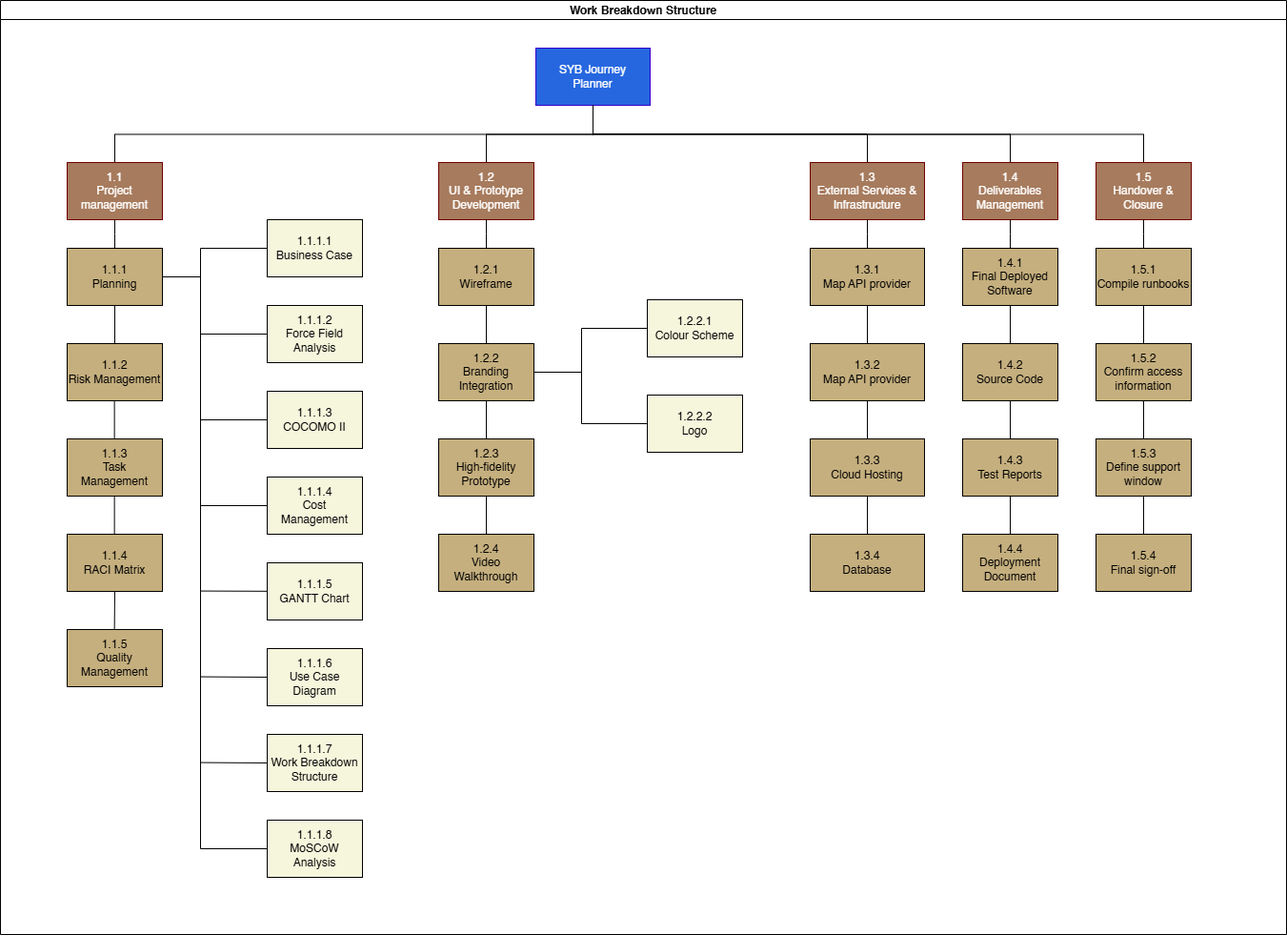
c3026923/south-yorkshire-bus-journey-planner keeps this draw.io diagram as Estimation/WBS-updated.drawio.png. Above is the earlier version. Source tidied: cells renumbered, new cells last; positions are measured from the earlier drawing's top-left corner, leaving out a move shared by most shapes.
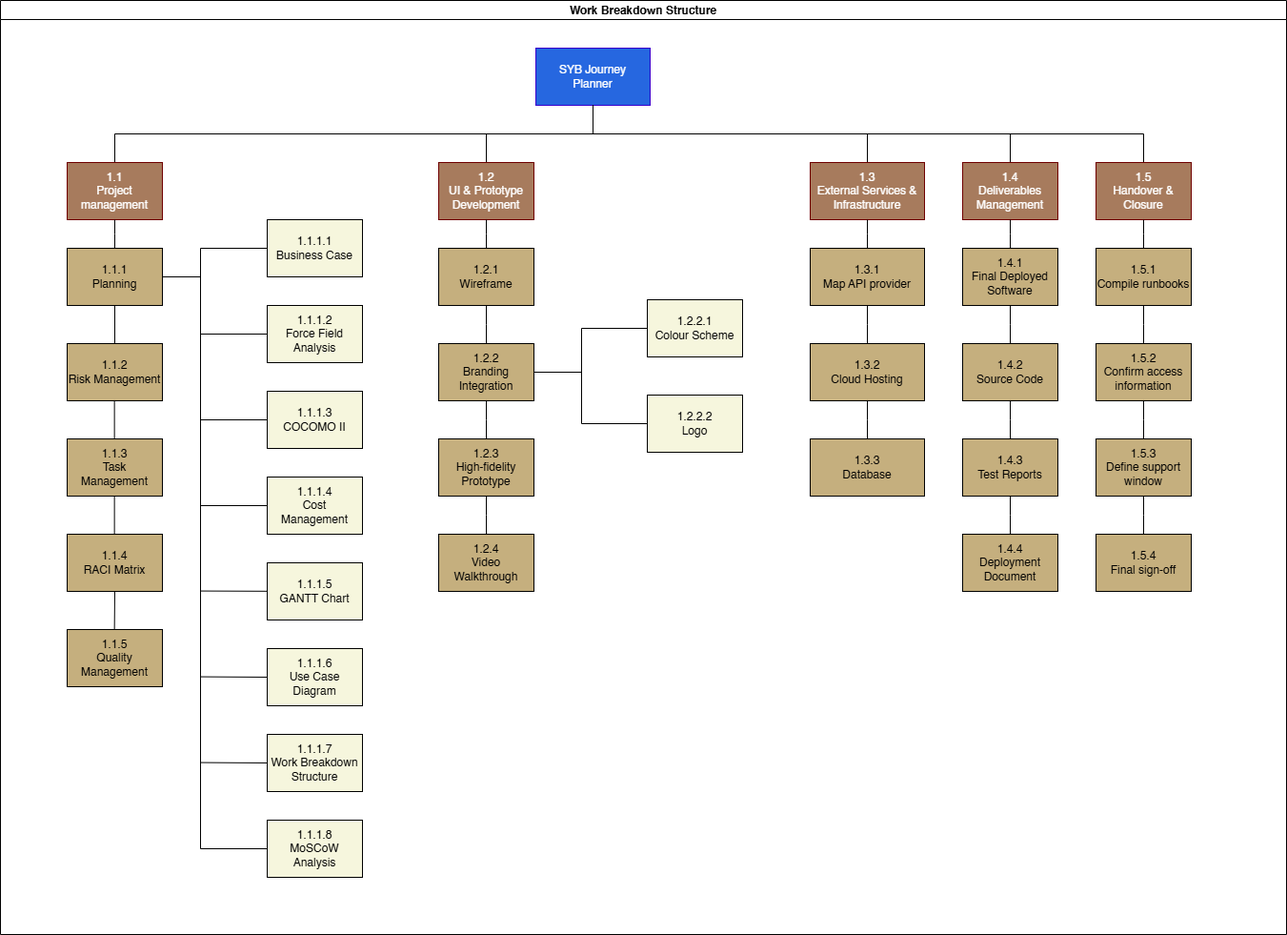
The same diagram one commit later.

What changed in the source:
```diff
@@ -63,21 +63,15 @@
     <mxCell id="20" style="edgeStyle=elbowEdgeStyle;rounded=0;jettySize=auto;html=1;elbow=vertical;startArrow=none;endArrow=none;" parent="2" edge="1" source="19" target="59">
       <mxGeometry relative="1" as="geometry" />
     </mxCell>
-    <mxCell id="21" value="1.3.2&lt;div&gt;Map API provider&lt;/div&gt;" style="whiteSpace=wrap;html=1;align=center;newEdgeStyle={&quot;edgeStyle&quot;:&quot;elbowEdgeStyle&quot;,&quot;startArrow&quot;:&quot;none&quot;,&quot;endArrow&quot;:&quot;none&quot;};fillColor=#C5AF7E;" parent="2" vertex="1">
+    <mxCell id="21" value="1.3.2&lt;div&gt;Cloud Hosting&lt;/div&gt;" style="whiteSpace=wrap;html=1;align=center;newEdgeStyle={&quot;edgeStyle&quot;:&quot;elbowEdgeStyle&quot;,&quot;startArrow&quot;:&quot;none&quot;,&quot;endArrow&quot;:&quot;none&quot;};fillColor=#C5AF7E;" parent="2" vertex="1">
       <mxGeometry x="850" y="360" width="120" height="60" as="geometry" />
     </mxCell>
     <mxCell id="22" style="edgeStyle=elbowEdgeStyle;rounded=0;jettySize=auto;html=1;elbow=vertical;startArrow=none;endArrow=none;" parent="2" edge="1" source="21" target="23">
       <mxGeometry relative="1" as="geometry" />
     </mxCell>
-    <mxCell id="23" value="1.3.3&lt;div&gt;Cloud Hosting&lt;/div&gt;" style="whiteSpace=wrap;html=1;align=center;newEdgeStyle={&quot;edgeStyle&quot;:&quot;elbowEdgeStyle&quot;,&quot;startArrow&quot;:&quot;none&quot;,&quot;endArrow&quot;:&quot;none&quot;};fillColor=#C5AF7E;" parent="2" vertex="1">
+    <mxCell id="23" value="1.3.3&lt;div&gt;Database&lt;/div&gt;" style="whiteSpace=wrap;html=1;align=center;newEdgeStyle={&quot;edgeStyle&quot;:&quot;elbowEdgeStyle&quot;,&quot;startArrow&quot;:&quot;none&quot;,&quot;endArrow&quot;:&quot;none&quot;};fillColor=#C5AF7E;" parent="2" vertex="1">
       <mxGeometry x="850" y="460" width="120" height="60" as="geometry" />
     </mxCell>
-    <mxCell id="24" style="edgeStyle=elbowEdgeStyle;rounded=0;jettySize=auto;html=1;elbow=vertical;startArrow=none;endArrow=none;" parent="2" edge="1" source="23" target="25">
-      <mxGeometry relative="1" as="geometry" />
-    </mxCell>
-    <mxCell id="25" value="1.3.4&lt;div&gt;Database&lt;/div&gt;" style="whiteSpace=wrap;html=1;align=center;newEdgeStyle={&quot;edgeStyle&quot;:&quot;elbowEdgeStyle&quot;,&quot;startArrow&quot;:&quot;none&quot;,&quot;endArrow&quot;:&quot;none&quot;};fillColor=#C5AF7E;" parent="2" vertex="1">
-      <mxGeometry x="850" y="560" width="120" height="60" as="geometry" />
-    </mxCell>
     <mxCell id="26" style="edgeStyle=elbowEdgeStyle;elbow=vertical;sourcePerimeterSpacing=0;targetPerimeterSpacing=0;startArrow=none;endArrow=none;rounded=0;curved=0;" parent="2" edge="1" source="11" target="27">
       <mxGeometry relative="1" as="geometry" />
     </mxCell>
```
